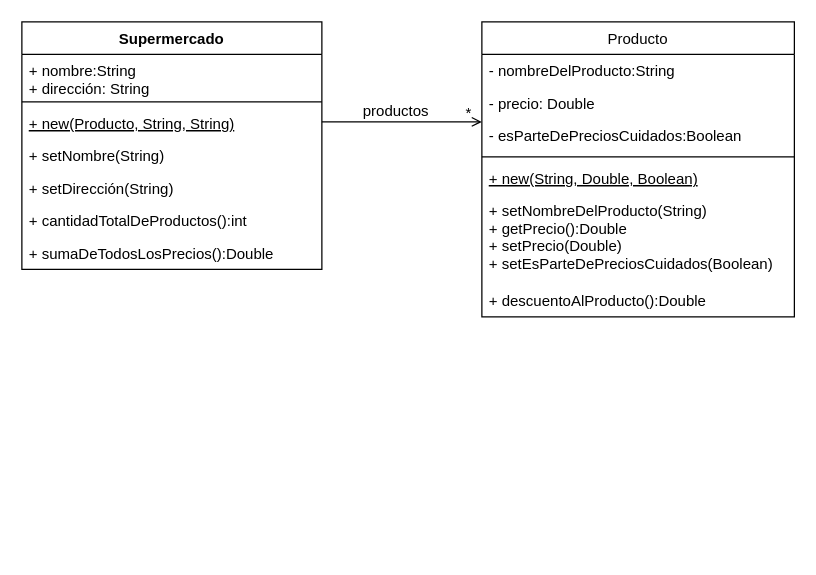
Above: Unq-po2-tp4-ejercicio1.drawio in nhubczyk/unqui-po2-hubczyk (draw.io), before the change. Source tidied: cells renumbered, new cells numbered last; positions are measured from the earlier drawing's top-left corner, leaving out a move shared by most shapes. Both pictures are drawn from the tidied source at 125%, with x=0, y=0 at pixel (21, 21).
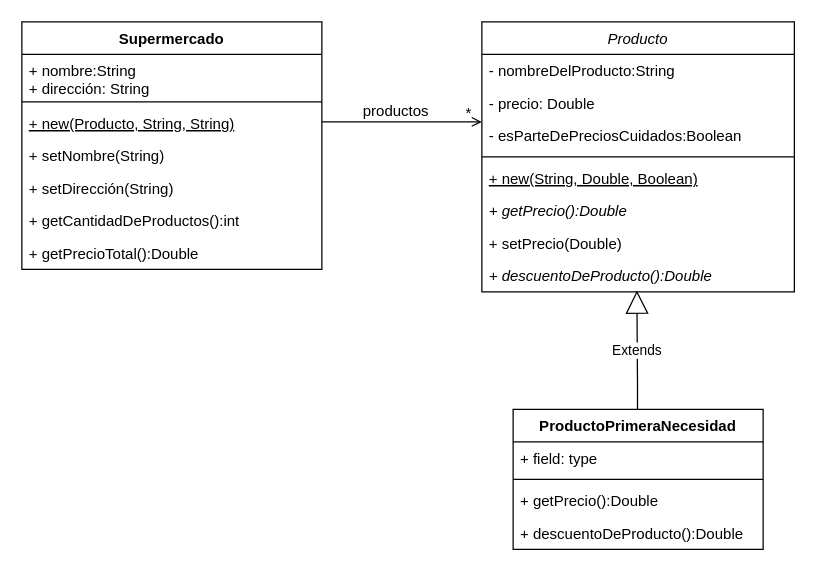
The same page after the edit.

Unchanged cells that the change refers to:
```xml
<mxCell id="13" value="Supermercado" style="swimlane;fontStyle=1;align=center;verticalAlign=top;horizontal=1;startSize=26;" parent="1" vertex="1">
  <mxGeometry width="240" height="198" as="geometry" />
</mxCell>
```

The edit, as a diff of the source:
```diff
@@
-    <mxCell id="2" value="Producto" style="swimlane;fontStyle=0;align=center;verticalAlign=top;horizontal=1;startSize=26;rounded=0;shadow=0;strokeWidth=1;" parent="1" vertex="1">
-      <mxGeometry x="368" width="250" height="236" as="geometry" />
+    <mxCell id="2" value="Producto" style="swimlane;fontStyle=2;align=center;verticalAlign=top;horizontal=1;startSize=26;rounded=0;shadow=0;strokeWidth=1;" parent="1" vertex="1">
+      <mxGeometry x="368" width="250" height="216" as="geometry" />
     </mxCell>
@@
-    <mxCell id="8" value="+ setNombreDelProducto(String)&#10;+ getPrecio():Double&#10;+ setPrecio(Double)&#10;+ setEsParteDePreciosCuidados(Boolean)&#10;&#10;" style="text;align=left;verticalAlign=top;spacingLeft=4;spacingRight=4;overflow=hidden;fontStyle=0;" parent="2" vertex="1">
-      <mxGeometry y="138" width="250" height="72" as="geometry" />
-    </mxCell>
-    <mxCell id="9" value="+ descuentoAlProducto():Double" style="text;align=left;verticalAlign=top;spacingLeft=4;spacingRight=4;overflow=hidden;fontStyle=0;" parent="2" vertex="1">
-      <mxGeometry y="210" width="250" height="26" as="geometry" />
-    </mxCell>
+    <mxCell id="21" value="+ getPrecio():Double" style="text;align=left;verticalAlign=top;spacingLeft=4;spacingRight=4;overflow=hidden;fontStyle=2;" parent="2" vertex="1">
+      <mxGeometry y="138" width="250" height="26" as="geometry" />
+    </mxCell>
+    <mxCell id="22" value="+ setPrecio(Double)" style="text;align=left;verticalAlign=top;spacingLeft=4;spacingRight=4;overflow=hidden;fontStyle=0;" parent="2" vertex="1">
+      <mxGeometry y="164" width="250" height="26" as="geometry" />
+    </mxCell>
+    <mxCell id="23" value="+ descuentoDeProducto():Double" style="text;align=left;verticalAlign=top;spacingLeft=4;spacingRight=4;overflow=hidden;points=[[0,0.5],[1,0.5]];portConstraint=eastwest;fontStyle=2;" parent="2" vertex="1">
+      <mxGeometry y="190" width="250" height="26" as="geometry" />
+    </mxCell>
@@
-    <mxCell id="19" value="+ cantidadTotalDeProductos():int" style="text;strokeColor=none;fillColor=none;align=left;verticalAlign=top;spacingLeft=4;spacingRight=4;overflow=hidden;fontStyle=0;" parent="13" vertex="1">
+    <mxCell id="19" value="+ getCantidadDeProductos():int" style="text;strokeColor=none;fillColor=none;align=left;verticalAlign=top;spacingLeft=4;spacingRight=4;overflow=hidden;fontStyle=0;" parent="13" vertex="1">
       <mxGeometry y="146" width="240" height="26" as="geometry" />
     </mxCell>
-    <mxCell id="20" value="+ sumaDeTodosLosPrecios():Double" style="text;strokeColor=none;fillColor=none;align=left;verticalAlign=top;spacingLeft=4;spacingRight=4;overflow=hidden;fontStyle=0;" parent="13" vertex="1">
+    <mxCell id="20" value="+ getPrecioTotal():Double" style="text;strokeColor=none;fillColor=none;align=left;verticalAlign=top;spacingLeft=4;spacingRight=4;overflow=hidden;fontStyle=0;" parent="13" vertex="1">
       <mxGeometry y="172" width="240" height="26" as="geometry" />
     </mxCell>
+    <mxCell id="24" value="ProductoPrimeraNecesidad" style="swimlane;fontStyle=1;align=center;verticalAlign=top;horizontal=1;startSize=26;" parent="1" vertex="1">
+      <mxGeometry x="393" y="310" width="200" height="112" as="geometry" />
+    </mxCell>
+    <mxCell id="25" value="+ field: type" style="text;strokeColor=none;fillColor=none;align=left;verticalAlign=top;spacingLeft=4;spacingRight=4;overflow=hidden;" parent="24" vertex="1">
+      <mxGeometry y="26" width="200" height="26" as="geometry" />
+    </mxCell>
+    <mxCell id="26" style="line;strokeWidth=1;fillColor=none;align=left;verticalAlign=middle;spacingTop=-1;spacingLeft=3;spacingRight=3;labelPosition=right;strokeColor=inherit;" parent="24" vertex="1">
+      <mxGeometry y="52" width="200" height="8" as="geometry" />
+    </mxCell>
+    <mxCell id="27" value="+ getPrecio():Double" style="text;strokeColor=none;fillColor=none;align=left;verticalAlign=top;spacingLeft=4;spacingRight=4;overflow=hidden;" parent="24" vertex="1">
+      <mxGeometry y="60" width="200" height="26" as="geometry" />
+    </mxCell>
+    <mxCell id="28" value="+ descuentoDeProducto():Double" style="text;strokeColor=none;fillColor=none;align=left;verticalAlign=top;spacingLeft=4;spacingRight=4;overflow=hidden;" parent="24" vertex="1">
+      <mxGeometry y="86" width="200" height="26" as="geometry" />
+    </mxCell>
+    <mxCell id="29" value="Extends" style="endArrow=block;endSize=16;endFill=0;html=1;rounded=0;entryX=0.496;entryY=0.962;entryDx=0;entryDy=0;entryPerimeter=0;" parent="1" edge="1" target="23">
+      <mxGeometry relative="1" as="geometry">
+        <mxPoint x="492.5" y="310" as="sourcePoint" />
+        <Array as="points">
+          <mxPoint x="492.5" y="290" />
+        </Array>
+      </mxGeometry>
+    </mxCell>
```
